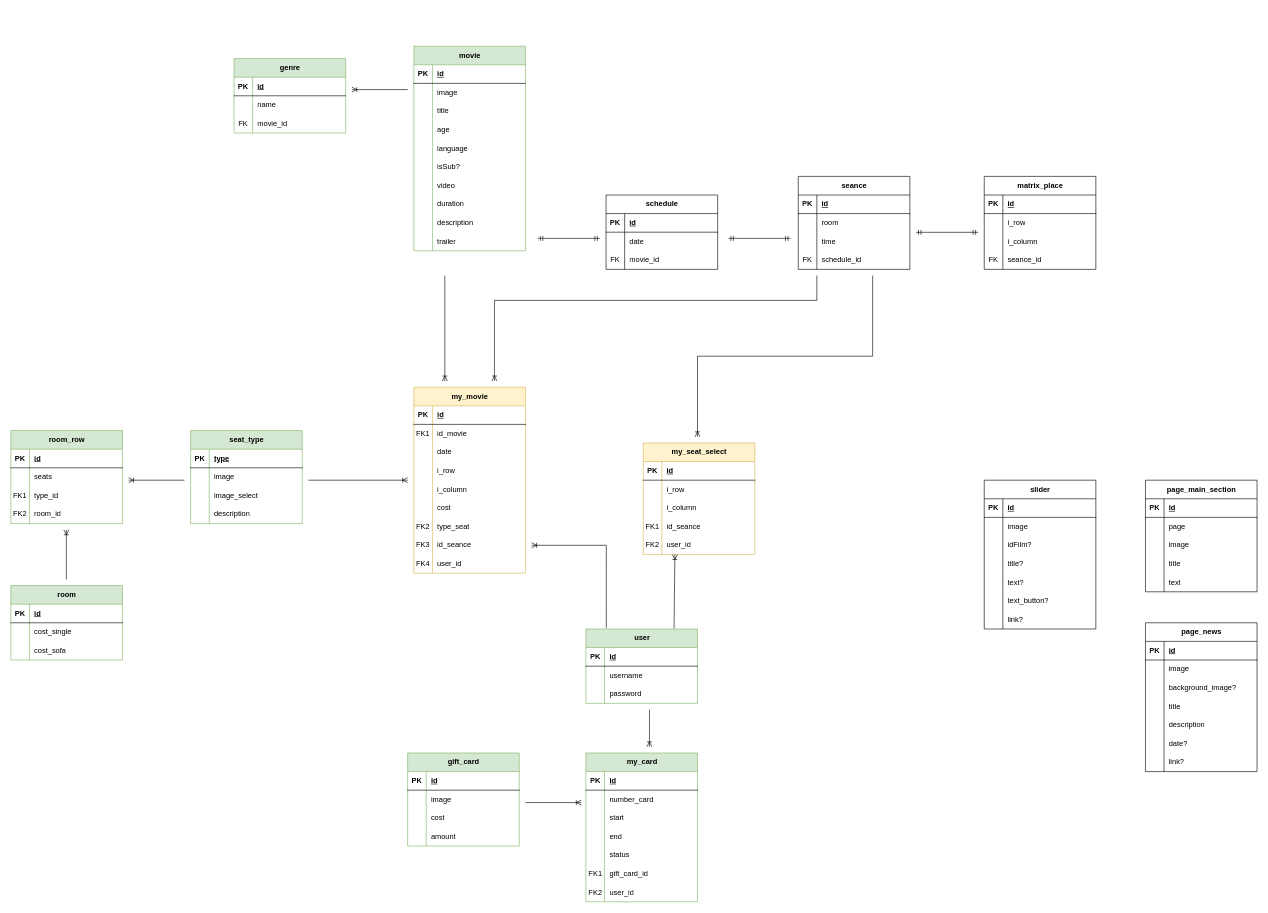
The draw.io diagram backend/Диаграмма классов.drawio in DeeMooR/Silver-Screen, before the edit. Source tidied: cells renumbered, new cells numbered last; positions are measured from the earlier drawing's top-left corner, leaving out a move shared by most shapes. Both pictures are drawn from the tidied source at 62%, with x=0, y=0 at pixel (11, 46).
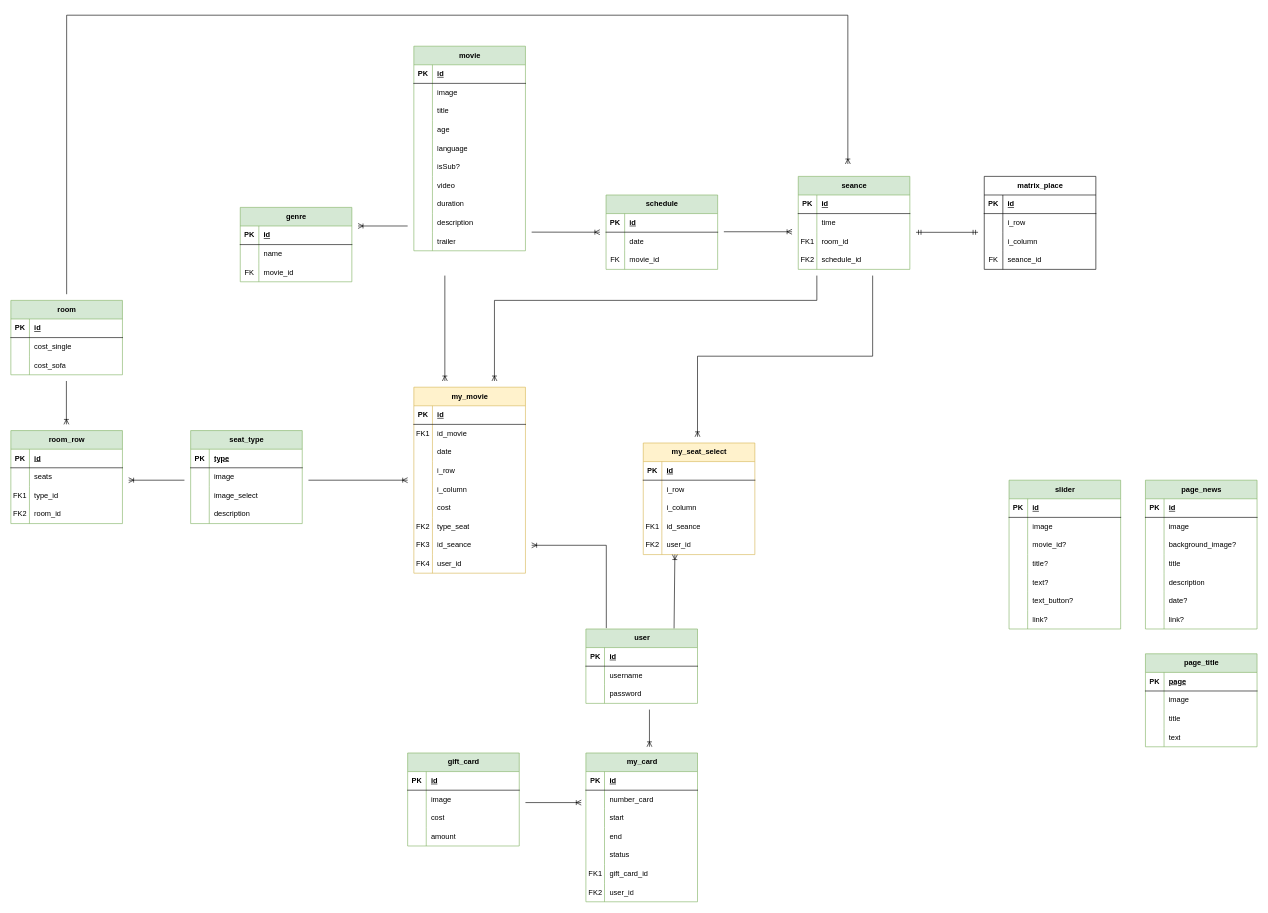
After the change.

The change refers to these unchanged cells:
```xml
<mxCell id="127" style="shape=tableRow;horizontal=0;startSize=0;swimlaneHead=0;swimlaneBody=0;fillColor=none;top=0;left=0;right=0;bottom=1;" parent="126" vertex="1">
  <mxGeometry y="30" width="180" height="30" as="geometry" />
</mxCell>
<mxCell id="149" style="shape=tableRow;horizontal=0;startSize=0;swimlaneHead=0;swimlaneBody=0;fillColor=none;top=0;left=0;right=0;bottom=0;" parent="142" vertex="1">
  <mxGeometry y="90" width="180" height="30" as="geometry" />
</mxCell>
<mxCell id="232" style="shape=tableRow;horizontal=0;startSize=0;swimlaneHead=0;swimlaneBody=0;fillColor=none;top=0;left=0;right=0;bottom=0;" parent="228" vertex="1">
  <mxGeometry y="60" width="180" height="30" as="geometry" />
</mxCell>
<mxCell id="235" style="shape=tableRow;horizontal=0;startSize=0;swimlaneHead=0;swimlaneBody=0;fillColor=none;top=0;left=0;right=0;bottom=0;" parent="228" vertex="1">
  <mxGeometry y="90" width="180" height="30" as="geometry" />
</mxCell>
<mxCell id="238" style="shape=tableRow;horizontal=0;startSize=0;swimlaneHead=0;swimlaneBody=0;fillColor=none;top=0;left=0;right=0;bottom=0;" parent="228" vertex="1">
  <mxGeometry y="120" width="180" height="30" as="geometry" />
</mxCell>
```

Change to the diagram source:
```diff
@@
-    <mxCell id="104" value="page_news" style="shape=table;startSize=30;childLayout=tableLayout;rowLines=0;fontStyle=1;align=center;html=1;" parent="1" vertex="1">
-      <mxGeometry x="1830" y="930" width="180" height="240" as="geometry" />
+    <mxCell id="104" value="page_news" style="shape=table;startSize=30;childLayout=tableLayout;rowLines=0;fontStyle=1;align=center;html=1;fillColor=#d5e8d4;strokeColor=#82b366;" parent="1" vertex="1">
+      <mxGeometry x="1830" y="700" width="180" height="240" as="geometry" />
     </mxCell>
@@
-    <mxCell id="126" value="page_main_section" style="shape=table;startSize=30;childLayout=tableLayout;rowLines=0;fontStyle=1;align=center;html=1;" parent="1" vertex="1">
-      <mxGeometry x="1830" y="700" width="180" height="180" as="geometry" />
+    <mxCell id="126" value="page_title" style="shape=table;startSize=30;childLayout=tableLayout;rowLines=0;fontStyle=1;align=center;html=1;fillColor=#d5e8d4;strokeColor=#82b366;" parent="1" vertex="1">
+      <mxGeometry x="1830" y="980" width="180" height="150" as="geometry" />
     </mxCell>
@@
-    <mxCell id="129" value="id" style="shape=partialRectangle;fillColor=none;top=0;left=0;bottom=0;right=0;align=left;spacingLeft=6;fontStyle=5;overflow=hidden;whiteSpace=wrap;html=1;" parent="127" vertex="1">
+    <mxCell id="129" value="page" style="shape=partialRectangle;fillColor=none;top=0;left=0;bottom=0;right=0;align=left;spacingLeft=6;fontStyle=5;overflow=hidden;whiteSpace=wrap;html=1;" parent="127" vertex="1">
       <mxGeometry x="30" width="150" height="30" as="geometry" />
     </mxCell>
-    <mxCell id="130" style="shape=tableRow;horizontal=0;startSize=0;swimlaneHead=0;swimlaneBody=0;fillColor=none;top=0;left=0;right=0;bottom=0;" parent="126" vertex="1">
-      <mxGeometry y="60" width="180" height="30" as="geometry" />
-    </mxCell>
-    <mxCell id="131" style="shape=partialRectangle;fillColor=none;top=0;left=0;bottom=0;right=0;overflow=hidden;whiteSpace=wrap;html=1;" parent="130" vertex="1">
-      <mxGeometry width="30" height="30" as="geometry" />
-    </mxCell>
-    <mxCell id="132" value="page" style="shape=partialRectangle;fillColor=none;top=0;left=0;bottom=0;right=0;align=left;spacingLeft=6;overflow=hidden;whiteSpace=wrap;html=1;" parent="130" vertex="1">
-      <mxGeometry x="30" width="150" height="30" as="geometry" />
-    </mxCell>
     <mxCell id="133" style="shape=tableRow;horizontal=0;startSize=0;swimlaneHead=0;swimlaneBody=0;fillColor=none;top=0;left=0;right=0;bottom=0;" parent="126" vertex="1">
-      <mxGeometry y="90" width="180" height="30" as="geometry" />
+      <mxGeometry y="60" width="180" height="30" as="geometry" />
     </mxCell>
@@
     <mxCell id="136" style="shape=tableRow;horizontal=0;startSize=0;swimlaneHead=0;swimlaneBody=0;fillColor=none;top=0;left=0;right=0;bottom=0;" parent="126" vertex="1">
-      <mxGeometry y="120" width="180" height="30" as="geometry" />
+      <mxGeometry y="90" width="180" height="30" as="geometry" />
     </mxCell>
@@
     <mxCell id="139" style="shape=tableRow;horizontal=0;startSize=0;swimlaneHead=0;swimlaneBody=0;fillColor=none;top=0;left=0;right=0;bottom=0;" parent="126" vertex="1">
-      <mxGeometry y="150" width="180" height="30" as="geometry" />
+      <mxGeometry y="120" width="180" height="30" as="geometry" />
     </mxCell>
@@
-    <mxCell id="142" value="slider" style="shape=table;startSize=30;childLayout=tableLayout;rowLines=0;fontStyle=1;align=center;html=1;" parent="1" vertex="1">
-      <mxGeometry x="1570" y="700" width="180" height="240" as="geometry" />
+    <mxCell id="142" value="slider" style="shape=table;startSize=30;childLayout=tableLayout;rowLines=0;fontStyle=1;align=center;html=1;fillColor=#d5e8d4;strokeColor=#82b366;" parent="1" vertex="1">
+      <mxGeometry x="1610" y="700" width="180" height="240" as="geometry" />
     </mxCell>
@@
-    <mxCell id="151" value="idFilm?" style="shape=partialRectangle;fillColor=none;top=0;left=0;bottom=0;right=0;align=left;spacingLeft=6;overflow=hidden;whiteSpace=wrap;html=1;" parent="149" vertex="1">
+    <mxCell id="151" value="movie_id?" style="shape=partialRectangle;fillColor=none;top=0;left=0;bottom=0;right=0;align=left;spacingLeft=6;overflow=hidden;whiteSpace=wrap;html=1;" parent="149" vertex="1">
       <mxGeometry x="30" width="150" height="30" as="geometry" />
     </mxCell>
@@
     <mxCell id="164" value="room" style="shape=table;startSize=30;childLayout=tableLayout;rowLines=0;fontStyle=1;align=center;html=1;fillColor=#d5e8d4;strokeColor=#82b366;" parent="1" vertex="1">
-      <mxGeometry y="870" width="180" height="120" as="geometry" />
+      <mxGeometry y="410" width="180" height="120" as="geometry" />
     </mxCell>
@@
-    <mxCell id="218" value="schedule" style="shape=table;startSize=30;childLayout=tableLayout;rowLines=0;fontStyle=1;align=center;html=1;" parent="1" vertex="1">
+    <mxCell id="218" value="schedule" style="shape=table;startSize=30;childLayout=tableLayout;rowLines=0;fontStyle=1;align=center;html=1;fillColor=#d5e8d4;strokeColor=#82b366;" parent="1" vertex="1">
       <mxGeometry x="960" y="240" width="180" height="120" as="geometry" />
     </mxCell>
@@
-    <mxCell id="228" value="seance" style="shape=table;startSize=30;childLayout=tableLayout;rowLines=0;fontStyle=1;align=center;html=1;" parent="1" vertex="1">
+    <mxCell id="228" value="seance" style="shape=table;startSize=30;childLayout=tableLayout;rowLines=0;fontStyle=1;align=center;html=1;fillColor=#d5e8d4;strokeColor=#82b366;" parent="1" vertex="1">
       <mxGeometry x="1270" y="210" width="180" height="150" as="geometry" />
     </mxCell>
@@
-    <mxCell id="234" value="room" style="shape=partialRectangle;fillColor=none;top=0;left=0;bottom=0;right=0;align=left;spacingLeft=6;overflow=hidden;whiteSpace=wrap;html=1;" parent="232" vertex="1">
+    <mxCell id="234" value="time" style="shape=partialRectangle;fillColor=none;top=0;left=0;bottom=0;right=0;align=left;spacingLeft=6;overflow=hidden;whiteSpace=wrap;html=1;" parent="232" vertex="1">
       <mxGeometry x="30" width="150" height="30" as="geometry" />
     </mxCell>
@@
-    <mxCell id="236" style="shape=partialRectangle;fillColor=none;top=0;left=0;bottom=0;right=0;overflow=hidden;whiteSpace=wrap;html=1;" parent="235" vertex="1">
+    <mxCell id="236" value="FK1" style="shape=partialRectangle;fillColor=none;top=0;left=0;bottom=0;right=0;overflow=hidden;whiteSpace=wrap;html=1;" parent="235" vertex="1">
       <mxGeometry width="30" height="30" as="geometry" />
     </mxCell>
-    <mxCell id="237" value="time" style="shape=partialRectangle;fillColor=none;top=0;left=0;bottom=0;right=0;align=left;spacingLeft=6;overflow=hidden;whiteSpace=wrap;html=1;" parent="235" vertex="1">
+    <mxCell id="237" value="room_id" style="shape=partialRectangle;fillColor=none;top=0;left=0;bottom=0;right=0;align=left;spacingLeft=6;overflow=hidden;whiteSpace=wrap;html=1;" parent="235" vertex="1">
       <mxGeometry x="30" width="150" height="30" as="geometry" />
     </mxCell>
@@
-    <mxCell id="239" value="FK" style="shape=partialRectangle;fillColor=none;top=0;left=0;bottom=0;right=0;overflow=hidden;whiteSpace=wrap;html=1;" parent="238" vertex="1">
+    <mxCell id="239" value="FK2" style="shape=partialRectangle;fillColor=none;top=0;left=0;bottom=0;right=0;overflow=hidden;whiteSpace=wrap;html=1;" parent="238" vertex="1">
       <mxGeometry width="30" height="30" as="geometry" />
     </mxCell>
@@
     <mxCell id="258" style="fontSize=12;html=1;endArrow=ERoneToMany;rounded=0;" parent="1" edge="1">
       <mxGeometry relative="1" as="geometry">
-        <mxPoint x="89.5" y="860" as="sourcePoint" />
-        <mxPoint x="89.5" y="780" as="targetPoint" />
+        <mxPoint x="89.6" y="540" as="sourcePoint" />
+        <mxPoint x="89.6" y="610" as="targetPoint" />
       </mxGeometry>
     </mxCell>
@@
-    <mxCell id="261" style="fontSize=12;html=1;endArrow=ERmandOne;startArrow=ERmandOne;rounded=0;" parent="1" edge="1">
-      <mxGeometry relative="1" as="geometry">
-        <mxPoint x="850" y="310" as="sourcePoint" />
-        <mxPoint x="950" y="310" as="targetPoint" />
-      </mxGeometry>
-    </mxCell>
-    <mxCell id="262" style="fontSize=12;html=1;endArrow=ERmandOne;startArrow=ERmandOne;rounded=0;" parent="1" edge="1">
-      <mxGeometry relative="1" as="geometry">
-        <mxPoint x="1157.5" y="310" as="sourcePoint" />
-        <mxPoint x="1257.5" y="310" as="targetPoint" />
-      </mxGeometry>
-    </mxCell>
@@
     <mxCell id="267" value="genre" style="shape=table;startSize=30;childLayout=tableLayout;rowLines=0;fontStyle=1;align=center;html=1;fillColor=#d5e8d4;strokeColor=#82b366;" parent="1" vertex="1">
-      <mxGeometry x="360" y="20" width="180" height="120" as="geometry" />
+      <mxGeometry x="370" y="260" width="180" height="120" as="geometry" />
     </mxCell>
@@
-    <mxCell id="277" style="fontSize=12;html=1;endArrow=ERoneToMany;rounded=0;" parent="1" edge="1">
-      <mxGeometry relative="1" as="geometry">
-        <mxPoint x="640" y="70" as="sourcePoint" />
-        <mxPoint x="550" y="70" as="targetPoint" />
-      </mxGeometry>
-    </mxCell>
+    <mxCell id="278" style="fontSize=12;html=1;endArrow=ERoneToMany;rounded=0;" parent="1" edge="1">
+      <mxGeometry relative="1" as="geometry">
+        <mxPoint x="840" y="299.9" as="sourcePoint" />
+        <mxPoint x="950" y="300" as="targetPoint" />
+      </mxGeometry>
+    </mxCell>
+    <mxCell id="279" style="fontSize=12;html=1;endArrow=ERoneToMany;rounded=0;" parent="1" edge="1">
+      <mxGeometry relative="1" as="geometry">
+        <mxPoint x="1150" y="299.3" as="sourcePoint" />
+        <mxPoint x="1260" y="299.3" as="targetPoint" />
+      </mxGeometry>
+    </mxCell>
+    <mxCell id="280" style="fontSize=12;html=1;endArrow=ERoneToMany;rounded=0;" parent="1" edge="1">
+      <mxGeometry relative="1" as="geometry">
+        <mxPoint x="90" y="400" as="sourcePoint" />
+        <mxPoint x="1350" y="190" as="targetPoint" />
+        <Array as="points">
+          <mxPoint x="90" y="-50" />
+          <mxPoint x="1350" y="-50" />
+        </Array>
+      </mxGeometry>
+    </mxCell>
+    <mxCell id="281" style="fontSize=12;html=1;endArrow=ERoneToMany;rounded=0;" parent="1" edge="1">
+      <mxGeometry relative="1" as="geometry">
+        <mxPoint x="640" y="290" as="sourcePoint" />
+        <mxPoint x="560" y="290" as="targetPoint" />
+      </mxGeometry>
+    </mxCell>
```
